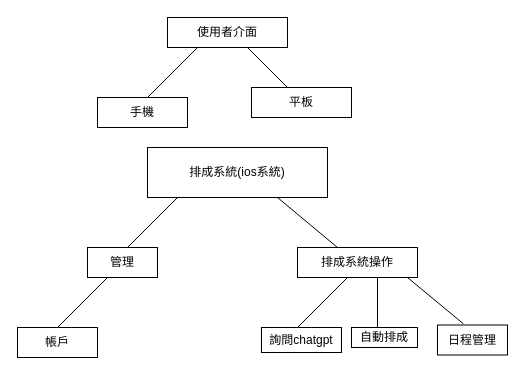
Above: 系統架構.drawio in Kevincheng0804/Graduation-Topic (draw.io), before the change. Source tidied: cells renumbered, new cells numbered last; positions are measured from the earlier drawing's top-left corner, leaving out a move shared by most shapes. Both pictures are drawn from the tidied source at 100%, with x=0, y=0 at pixel (17, 17).
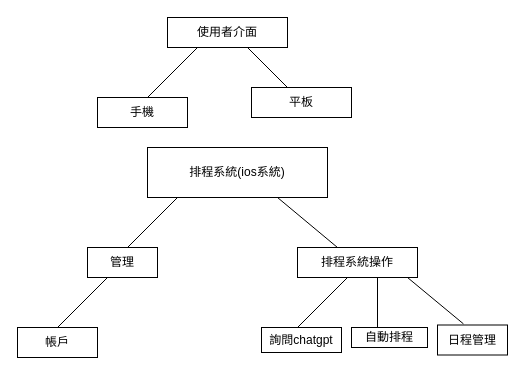
The same page after the edit.

Commit message (it also covers changes not shown here):
更新系統架構.drawio

The edit, as a diff of the source:
```diff
@@
-    <mxCell id="7" value="排成系統(ios系統)" style="rounded=0;whiteSpace=wrap;html=1;" parent="1" vertex="1">
+    <mxCell id="7" value="排程系統(ios系統)" style="rounded=0;whiteSpace=wrap;html=1;" parent="1" vertex="1">
       <mxGeometry x="130" y="130" width="180" height="50" as="geometry" />
     </mxCell>
@@
-    <mxCell id="13" value="排成系統操作" style="rounded=0;whiteSpace=wrap;html=1;" parent="1" vertex="1">
+    <mxCell id="13" value="排程系統操作" style="rounded=0;whiteSpace=wrap;html=1;" parent="1" vertex="1">
       <mxGeometry x="280" y="230" width="120" height="30" as="geometry" />
     </mxCell>
@@
-    <mxCell id="18" value="自動排成" style="rounded=0;whiteSpace=wrap;html=1;" parent="1" vertex="1">
-      <mxGeometry x="334" y="310" width="66" height="20" as="geometry" />
+    <mxCell id="18" value="自動排程" style="rounded=0;whiteSpace=wrap;html=1;" parent="1" vertex="1">
+      <mxGeometry x="334" y="310" width="76" height="20" as="geometry" />
     </mxCell>
```
